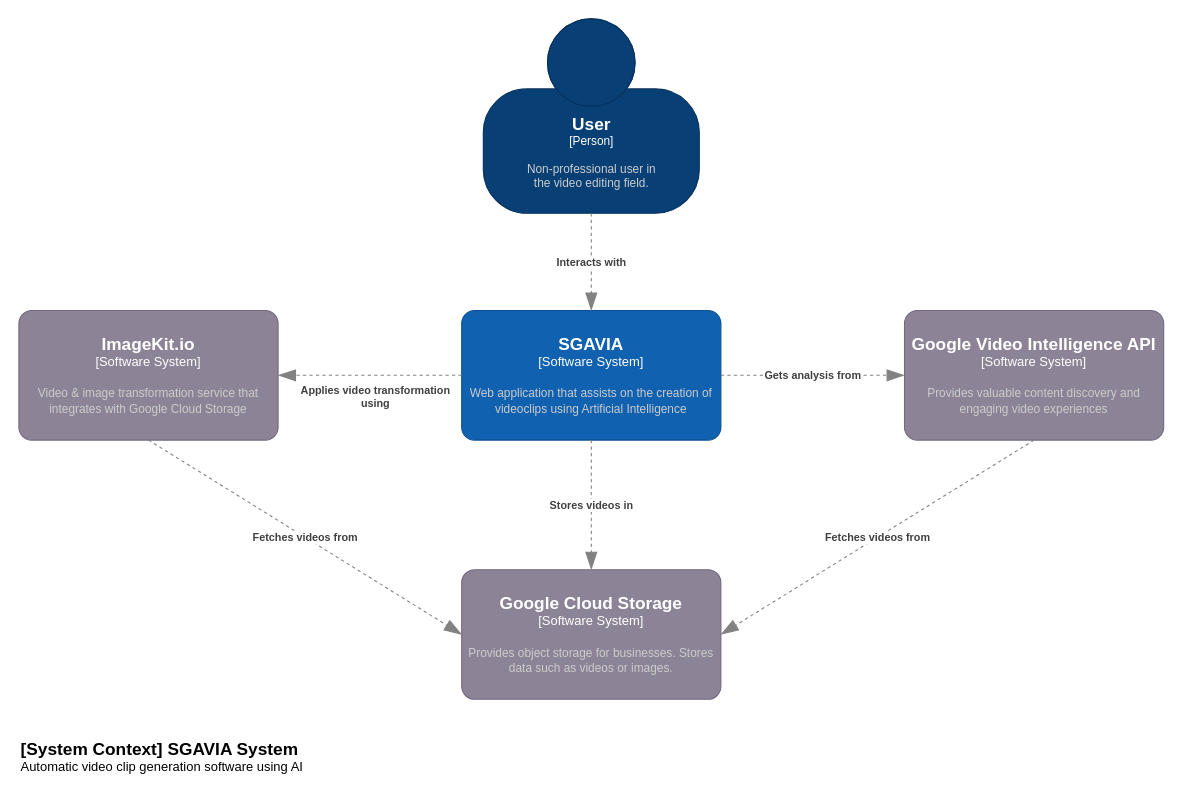
Earlier version of the draw.io diagram page "Página-2" (2 of 5) of drawio-diagrams/Organigrama.drawio (PR2022027/.github). Source tidied: cells renumbered, new cells numbered last; positions are measured from the earlier drawing's top-left corner, leaving out a move shared by most shapes. Both pictures are drawn from the tidied source at 108%, with x=0, y=0 at pixel (18, 18).
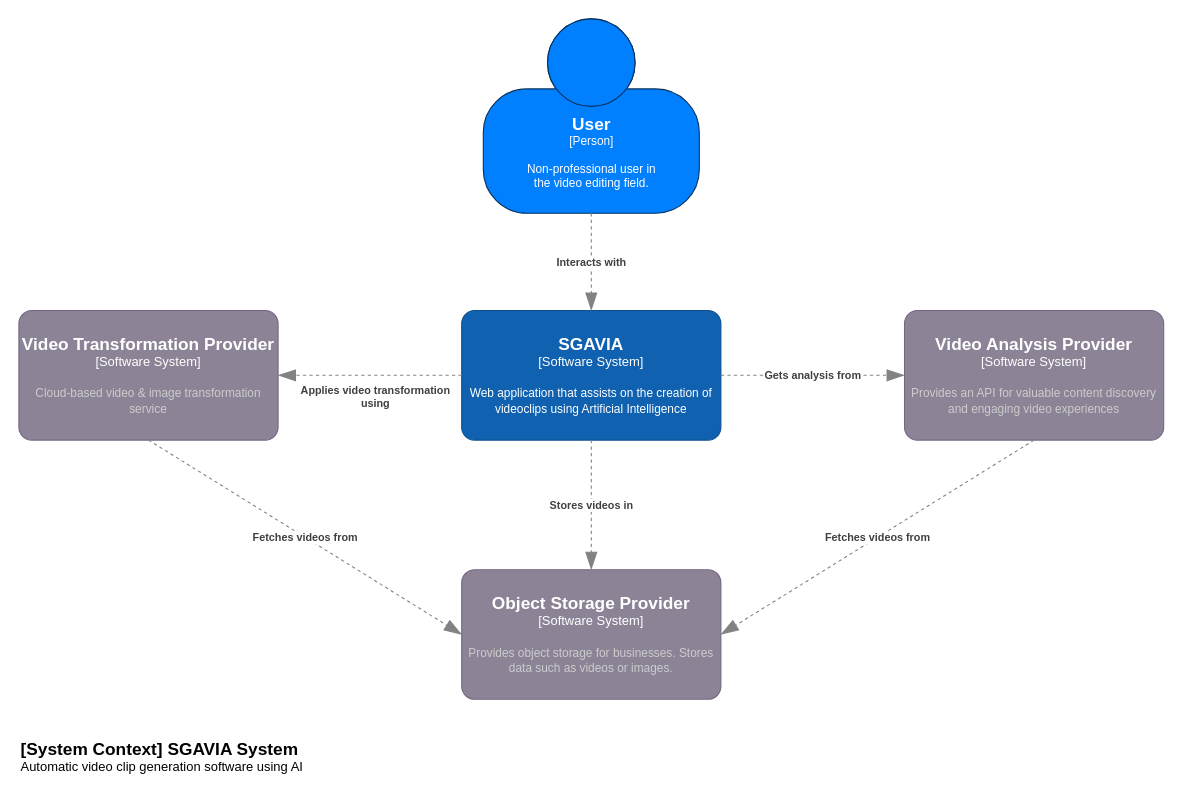
After the change.

Diff of the diagram source:
```diff
@@
-    <object id="2" label="&lt;font style=&quot;font-size: 16px&quot;&gt;&lt;b&gt;%c4Name%&lt;/b&gt;&lt;/font&gt;&lt;div&gt;[%c4Type%]&lt;/div&gt;&lt;br&gt;&lt;div&gt;&lt;font style=&quot;font-size: 11px&quot;&gt;&lt;font color=&quot;#cccccc&quot;&gt;%c4Description%&lt;/font&gt;&lt;/div&gt;" c4Description="Non-professional user in &#10;the video editing field." c4Name="User" c4Type="Person" placeholders="1">
-      <mxCell style="html=1;fontSize=11;dashed=0;whitespace=wrap;fillColor=#083F75;strokeColor=#06315C;fontColor=#ffffff;shape=mxgraph.c4.person2;align=center;points=[[0.5,0,0],[1,0.5,0],[1,0.75,0],[0.75,1,0],[0.5,1,0],[0.25,1,0],[0,0.75,0],[0,0.5,0]];" parent="1" vertex="1">
+    <object id="2" label="&lt;font style=&quot;font-size: 16px&quot;&gt;&lt;b&gt;%c4Name%&lt;/b&gt;&lt;/font&gt;&lt;div&gt;[%c4Type%]&lt;/div&gt;&lt;br&gt;&lt;div&gt;&lt;font style=&quot;font-size: 11px&quot;&gt;&lt;font&gt;%c4Description%&lt;/font&gt;&lt;/font&gt;&lt;/div&gt;" c4Description="Non-professional user in &#10;the video editing field." c4Name="User" c4Type="Person" placeholders="1">
+      <mxCell style="html=1;fontSize=11;dashed=0;whitespace=wrap;fillColor=#007FFF;strokeColor=#06315C;fontColor=#FFFFFF;shape=mxgraph.c4.person2;align=center;points=[[0.5,0,0],[1,0.5,0],[1,0.75,0],[0.75,1,0],[0.5,1,0],[0.25,1,0],[0,0.75,0],[0,0.5,0]];" parent="1" vertex="1">
         <mxGeometry x="430" width="200" height="180" as="geometry" />
       </mxCell>
     </object>
-    <object id="3" label="&lt;font style=&quot;font-size: 16px&quot;&gt;&lt;b&gt;%c4Name%&lt;/b&gt;&lt;/font&gt;&lt;div&gt;[%c4Type%]&lt;/div&gt;&lt;br&gt;&lt;div&gt;&lt;font style=&quot;font-size: 11px&quot;&gt;&lt;font color=&quot;#cccccc&quot;&gt;%c4Description%&lt;/font&gt;&lt;/div&gt;" c4Description="Web application that assists on the creation of videoclips using Artificial Intelligence" c4Name="SGAVIA" c4Type="Software System" placeholders="1">
-      <mxCell style="rounded=1;whiteSpace=wrap;html=1;labelBackgroundColor=none;fillColor=#1061B0;fontColor=#ffffff;align=center;arcSize=10;strokeColor=#0D5091;points=[[0.25,0,0],[0.5,0,0],[0.75,0,0],[1,0.25,0],[1,0.5,0],[1,0.75,0],[0.75,1,0],[0.5,1,0],[0.25,1,0],[0,0.75,0],[0,0.5,0],[0,0.25,0]];" parent="1" vertex="1">
+    <object id="3" label="&lt;font style=&quot;font-size: 16px&quot;&gt;&lt;b&gt;%c4Name%&lt;/b&gt;&lt;/font&gt;&lt;div&gt;[%c4Type%]&lt;/div&gt;&lt;br&gt;&lt;div&gt;&lt;font style=&quot;font-size: 11px&quot;&gt;&lt;font&gt;%c4Description%&lt;/font&gt;&lt;/font&gt;&lt;/div&gt;" c4Description="Web application that assists on the creation of videoclips using Artificial Intelligence" c4Name="SGAVIA" c4Type="Software System" placeholders="1">
+      <mxCell style="rounded=1;whiteSpace=wrap;html=1;labelBackgroundColor=none;fillColor=#1061B0;fontColor=#FFFFFF;align=center;arcSize=10;strokeColor=#0D5091;points=[[0.25,0,0],[0.5,0,0],[0.75,0,0],[1,0.25,0],[1,0.5,0],[1,0.75,0],[0.75,1,0],[0.5,1,0],[0.25,1,0],[0,0.75,0],[0,0.5,0],[0,0.25,0]];" parent="1" vertex="1">
         <mxGeometry x="410" y="270" width="240" height="120" as="geometry" />
       </mxCell>
     </object>
@@
-    <object id="5" label="&lt;font style=&quot;font-size: 16px&quot;&gt;&lt;b&gt;%c4Name%&lt;/b&gt;&lt;/font&gt;&lt;div&gt;[%c4Type%]&lt;/div&gt;&lt;br&gt;&lt;div&gt;&lt;font style=&quot;font-size: 11px&quot;&gt;&lt;font color=&quot;#cccccc&quot;&gt;%c4Description%&lt;/font&gt;&lt;/div&gt;" c4Description="Provides valuable content discovery and engaging video experiences" c4Name="Google Video Intelligence API" c4Type="Software System" placeholders="1">
+    <object id="5" label="&lt;font style=&quot;font-size: 16px&quot;&gt;&lt;b&gt;%c4Name%&lt;/b&gt;&lt;/font&gt;&lt;div&gt;[%c4Type%]&lt;/div&gt;&lt;br&gt;&lt;div&gt;&lt;font style=&quot;font-size: 11px&quot;&gt;&lt;font color=&quot;#cccccc&quot;&gt;%c4Description%&lt;/font&gt;&lt;/div&gt;" c4Description="Provides an API for valuable content discovery and engaging video experiences" c4Name="Video Analysis Provider" c4Type="Software System" placeholders="1">
       <mxCell style="rounded=1;whiteSpace=wrap;html=1;labelBackgroundColor=none;fillColor=#8C8496;fontColor=#ffffff;align=center;arcSize=10;strokeColor=#736782;points=[[0.25,0,0],[0.5,0,0],[0.75,0,0],[1,0.25,0],[1,0.5,0],[1,0.75,0],[0.75,1,0],[0.5,1,0],[0.25,1,0],[0,0.75,0],[0,0.5,0],[0,0.25,0]];" parent="1" vertex="1">
         <mxGeometry x="820" y="270" width="240" height="120" as="geometry" />
       </mxCell>
     </object>
@@
-    <object id="7" label="&lt;font style=&quot;font-size: 16px&quot;&gt;&lt;b&gt;%c4Name%&lt;/b&gt;&lt;/font&gt;&lt;div&gt;[%c4Type%]&lt;/div&gt;&lt;br&gt;&lt;div&gt;&lt;font style=&quot;font-size: 11px&quot;&gt;&lt;font color=&quot;#cccccc&quot;&gt;%c4Description%&lt;/font&gt;&lt;/div&gt;" c4Description="Provides object storage for businesses. Stores data such as videos or images." c4Name="Google Cloud Storage" c4Type="Software System" placeholders="1">
+    <object id="7" label="&lt;font style=&quot;font-size: 16px&quot;&gt;&lt;b&gt;%c4Name%&lt;/b&gt;&lt;/font&gt;&lt;div&gt;[%c4Type%]&lt;/div&gt;&lt;br&gt;&lt;div&gt;&lt;font style=&quot;font-size: 11px&quot;&gt;&lt;font color=&quot;#cccccc&quot;&gt;%c4Description%&lt;/font&gt;&lt;/div&gt;" c4Description="Provides object storage for businesses. Stores data such as videos or images." c4Name="Object Storage Provider" c4Type="Software System" placeholders="1">
       <mxCell style="rounded=1;whiteSpace=wrap;html=1;labelBackgroundColor=none;fillColor=#8C8496;fontColor=#ffffff;align=center;arcSize=10;strokeColor=#736782;points=[[0.25,0,0],[0.5,0,0],[0.75,0,0],[1,0.25,0],[1,0.5,0],[1,0.75,0],[0.75,1,0],[0.5,1,0],[0.25,1,0],[0,0.75,0],[0,0.5,0],[0,0.25,0]];" parent="1" vertex="1">
         <mxGeometry x="410" y="510" width="240" height="120" as="geometry" />
       </mxCell>
     </object>
@@
-    <object id="10" label="&lt;font style=&quot;font-size: 16px&quot;&gt;&lt;b&gt;%c4Name%&lt;/b&gt;&lt;/font&gt;&lt;div&gt;[%c4Type%]&lt;/div&gt;&lt;br&gt;&lt;div&gt;&lt;font style=&quot;font-size: 11px&quot;&gt;&lt;font color=&quot;#cccccc&quot;&gt;%c4Description%&lt;/font&gt;&lt;/div&gt;" c4Description="Video &amp; image transformation service that integrates with Google Cloud Storage" c4Name="ImageKit.io" c4Type="Software System" placeholders="1">
+    <object id="10" label="&lt;font style=&quot;font-size: 16px&quot;&gt;&lt;b&gt;%c4Name%&lt;/b&gt;&lt;/font&gt;&lt;div&gt;[%c4Type%]&lt;/div&gt;&lt;br&gt;&lt;div&gt;&lt;font style=&quot;font-size: 11px&quot;&gt;&lt;font color=&quot;#cccccc&quot;&gt;%c4Description%&lt;/font&gt;&lt;/div&gt;" c4Description="Cloud-based video &amp; image transformation service" c4Name="Video Transformation Provider" c4Type="Software System" placeholders="1">
       <mxCell style="rounded=1;whiteSpace=wrap;html=1;labelBackgroundColor=none;fillColor=#8C8496;fontColor=#ffffff;align=center;arcSize=10;strokeColor=#736782;points=[[0.25,0,0],[0.5,0,0],[0.75,0,0],[1,0.25,0],[1,0.5,0],[1,0.75,0],[0.75,1,0],[0.5,1,0],[0.25,1,0],[0,0.75,0],[0,0.5,0],[0,0.25,0]];" parent="1" vertex="1">
         <mxGeometry y="270" width="240" height="120" as="geometry" />
       </mxCell>
     </object>
```
